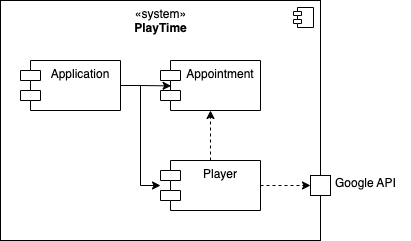
This is doku/bausteinsicht.drawio.png from Skanky0815/playtime, a draw.io export, as it was before one commit. Source tidied: cells renumbered, new cells last; positions are measured from the earlier drawing's top-left corner, leaving out a move shared by most shapes.
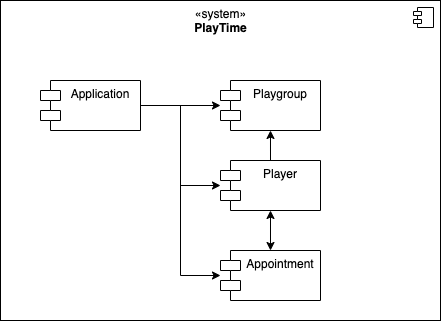
The same diagram one commit later.

Change to the diagram source:
```diff
@@ -3,44 +3,49 @@
     <mxCell id="0" />
     <mxCell id="1" parent="0" />
     <mxCell id="2" value="«system»&lt;br&gt;&lt;b&gt;PlayTime&lt;/b&gt;" style="html=1;verticalAlign=top;" parent="1" vertex="1">
-      <mxGeometry width="320" height="240" as="geometry" />
+      <mxGeometry x="-240" y="-40" width="440" height="320" as="geometry" />
     </mxCell>
-    <mxCell id="3" style="shape=module;jettyWidth=8;jettyHeight=4;" parent="2" vertex="1">
-      <mxGeometry x="1" width="20" height="20" relative="1" as="geometry">
-        <mxPoint x="-27" y="7" as="offset" />
-      </mxGeometry>
-    </mxCell>
+    <mxCell id="13" style="shape=module;jettyWidth=8;jettyHeight=4;" parent="2" vertex="1">
+      <mxGeometry x="1" width="20" height="20" relative="1" as="geometry">
+        <mxPoint x="-27" y="7" as="offset" />
+      </mxGeometry>
+    </mxCell>
+    <mxCell id="14" style="edgeStyle=orthogonalEdgeStyle;rounded=0;jettySize=auto;html=1;" parent="1" edge="1" source="12" target="16">
+      <mxGeometry relative="1" as="geometry" />
+    </mxCell>
+    <mxCell id="11" style="edgeStyle=orthogonalEdgeStyle;rounded=0;jettySize=auto;html=1;" parent="1" edge="1" source="12" target="7">
+      <mxGeometry relative="1" as="geometry">
+        <Array as="points">
+          <mxPoint x="-60" y="65" />
+          <mxPoint x="-60" y="145" />
+        </Array>
+      </mxGeometry>
+    </mxCell>
+    <mxCell id="10" style="edgeStyle=orthogonalEdgeStyle;rounded=0;jettySize=auto;html=1;" parent="1" edge="1" source="12" target="4">
+      <mxGeometry relative="1" as="geometry">
+        <Array as="points">
+          <mxPoint x="-60" y="65" />
+          <mxPoint x="-60" y="235" />
+        </Array>
+      </mxGeometry>
+    </mxCell>
+    <mxCell id="12" value="Application" style="shape=module;align=left;spacingLeft=20;align=center;verticalAlign=top;" parent="1" vertex="1">
+      <mxGeometry x="-200" y="40" width="100" height="50" as="geometry" />
+    </mxCell>
+    <mxCell id="15" style="edgeStyle=orthogonalEdgeStyle;rounded=0;jettySize=auto;html=1;" parent="1" edge="1" source="7" target="16">
+      <mxGeometry relative="1" as="geometry" />
+    </mxCell>
+    <mxCell id="5" style="edgeStyle=orthogonalEdgeStyle;rounded=0;jettySize=auto;html=1;entryX=0.5;entryY=0;entryDx=0;entryDy=0;startArrow=classic;startFill=1;" parent="1" edge="1" source="7" target="4">
+      <mxGeometry relative="1" as="geometry" />
+    </mxCell>
+    <mxCell id="7" value="Player" style="shape=module;align=left;spacingLeft=20;align=center;verticalAlign=top;" parent="1" vertex="1">
+      <mxGeometry x="-20" y="120" width="100" height="50" as="geometry" />
+    </mxCell>
+    <mxCell id="16" value="Playgroup" style="shape=module;align=left;spacingLeft=20;align=center;verticalAlign=top;" parent="1" vertex="1">
+      <mxGeometry x="-20" y="40" width="100" height="50" as="geometry" />
+    </mxCell>
     <mxCell id="4" value="Appointment" style="shape=module;align=left;spacingLeft=20;align=center;verticalAlign=top;" parent="1" vertex="1">
-      <mxGeometry x="160" y="60" width="100" height="50" as="geometry" />
+      <mxGeometry x="-20" y="210" width="100" height="50" as="geometry" />
     </mxCell>
-    <mxCell id="5" style="edgeStyle=orthogonalEdgeStyle;rounded=0;jettySize=auto;html=1;entryX=0.5;entryY=1;entryDx=0;entryDy=0;dashed=1;" parent="1" edge="1" source="7" target="4">
-      <mxGeometry relative="1" as="geometry" />
-    </mxCell>
-    <mxCell id="6" style="edgeStyle=orthogonalEdgeStyle;rounded=0;jettySize=auto;html=1;entryX=0;entryY=0.5;entryDx=0;entryDy=0;dashed=1;" parent="1" edge="1" source="7" target="8">
-      <mxGeometry relative="1" as="geometry" />
-    </mxCell>
-    <mxCell id="7" value="Player" style="shape=module;align=left;spacingLeft=20;align=center;verticalAlign=top;" parent="1" vertex="1">
-      <mxGeometry x="160" y="160" width="100" height="50" as="geometry" />
-    </mxCell>
-    <mxCell id="8" style="html=1;verticalAlign=top;align=left;" parent="1" vertex="1">
-      <mxGeometry x="310" y="175" width="20" height="20" as="geometry" />
-    </mxCell>
-    <mxCell id="9" value="Google API" style="text;align=left;fontStyle=0;verticalAlign=middle;spacingLeft=3;spacingRight=3;strokeColor=none;" parent="1" vertex="1">
-      <mxGeometry x="330" y="169" width="80" height="26" as="geometry" />
-    </mxCell>
-    <mxCell id="10" style="edgeStyle=orthogonalEdgeStyle;rounded=0;jettySize=auto;html=1;entryX=0.106;entryY=0.508;entryDx=0;entryDy=0;entryPerimeter=0;" parent="1" edge="1" source="12" target="4">
-      <mxGeometry relative="1" as="geometry" />
-    </mxCell>
-    <mxCell id="11" style="edgeStyle=orthogonalEdgeStyle;rounded=0;jettySize=auto;html=1;" parent="1" edge="1" source="12" target="7">
-      <mxGeometry relative="1" as="geometry">
-        <Array as="points">
-          <mxPoint x="140" y="85" />
-          <mxPoint x="140" y="185" />
-        </Array>
-      </mxGeometry>
-    </mxCell>
-    <mxCell id="12" value="Application" style="shape=module;align=left;spacingLeft=20;align=center;verticalAlign=top;" parent="1" vertex="1">
-      <mxGeometry x="20" y="60" width="100" height="50" as="geometry" />
-    </mxCell>
   </root>
 </mxGraphModel>
```
